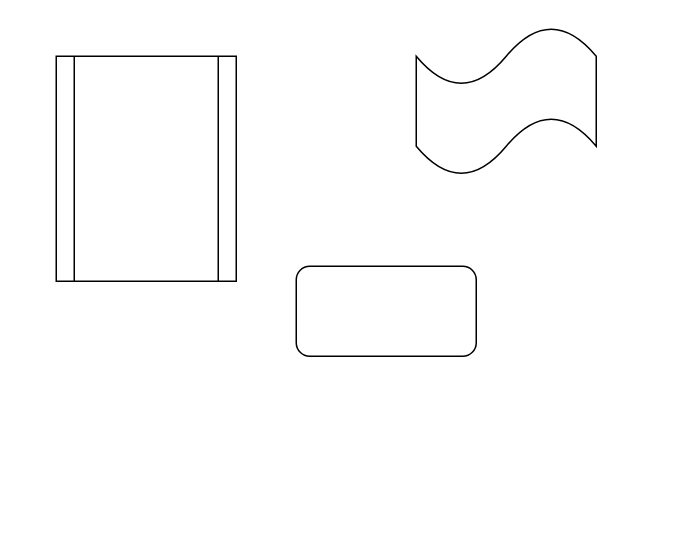
JumpingJeff/JeffsMostExcellent keeps this draw.io diagram as Untitled Diagram.drawio. Above is the earlier version. Source tidied: cells renumbered, new cells numbered last; positions are measured from the earlier drawing's top-left corner, leaving out a move shared by most shapes. Both pictures are drawn from the tidied source at 150%, with x=0, y=0 at pixel (56, 26).
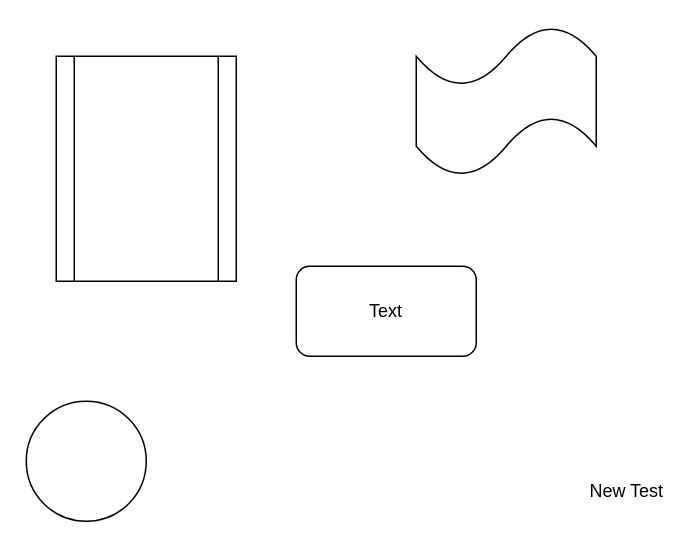
Above is the later version.

Change to the diagram source:
```diff
@@
 <mxGraphModel>
   <root>
     <mxCell id="0" />
     <mxCell id="1" parent="0" />
     <mxCell id="2" style="rounded=1;whiteSpace=wrap;html=1;" parent="1" vertex="1">
       <mxGeometry x="160" y="160" width="120" height="60" as="geometry" />
     </mxCell>
     <mxCell id="3" style="shape=process;whiteSpace=wrap;html=1;backgroundOutline=1;" parent="1" vertex="1">
       <mxGeometry y="20" width="120" height="150" as="geometry" />
     </mxCell>
     <mxCell id="4" style="shape=tape;whiteSpace=wrap;html=1;" parent="1" vertex="1">
       <mxGeometry x="240" width="120" height="100" as="geometry" />
     </mxCell>
+    <mxCell id="5" style="ellipse;whiteSpace=wrap;html=1;" parent="1" vertex="1">
+      <mxGeometry x="-20" y="250" width="80" height="80" as="geometry" />
+    </mxCell>
+    <mxCell id="6" value="Text" style="text;html=1;strokeColor=none;fillColor=none;align=center;verticalAlign=middle;whiteSpace=wrap;rounded=0;" parent="1" vertex="1">
+      <mxGeometry x="200" y="180" width="40" height="20" as="geometry" />
+    </mxCell>
+    <mxCell id="7" value="New Test" style="text;html=1;align=center;verticalAlign=middle;strokeColor=none;" parent="1" vertex="1">
+      <mxGeometry x="350" y="300" width="60" height="20" as="geometry" />
+    </mxCell>
   </root>
 </mxGraphModel>
```
